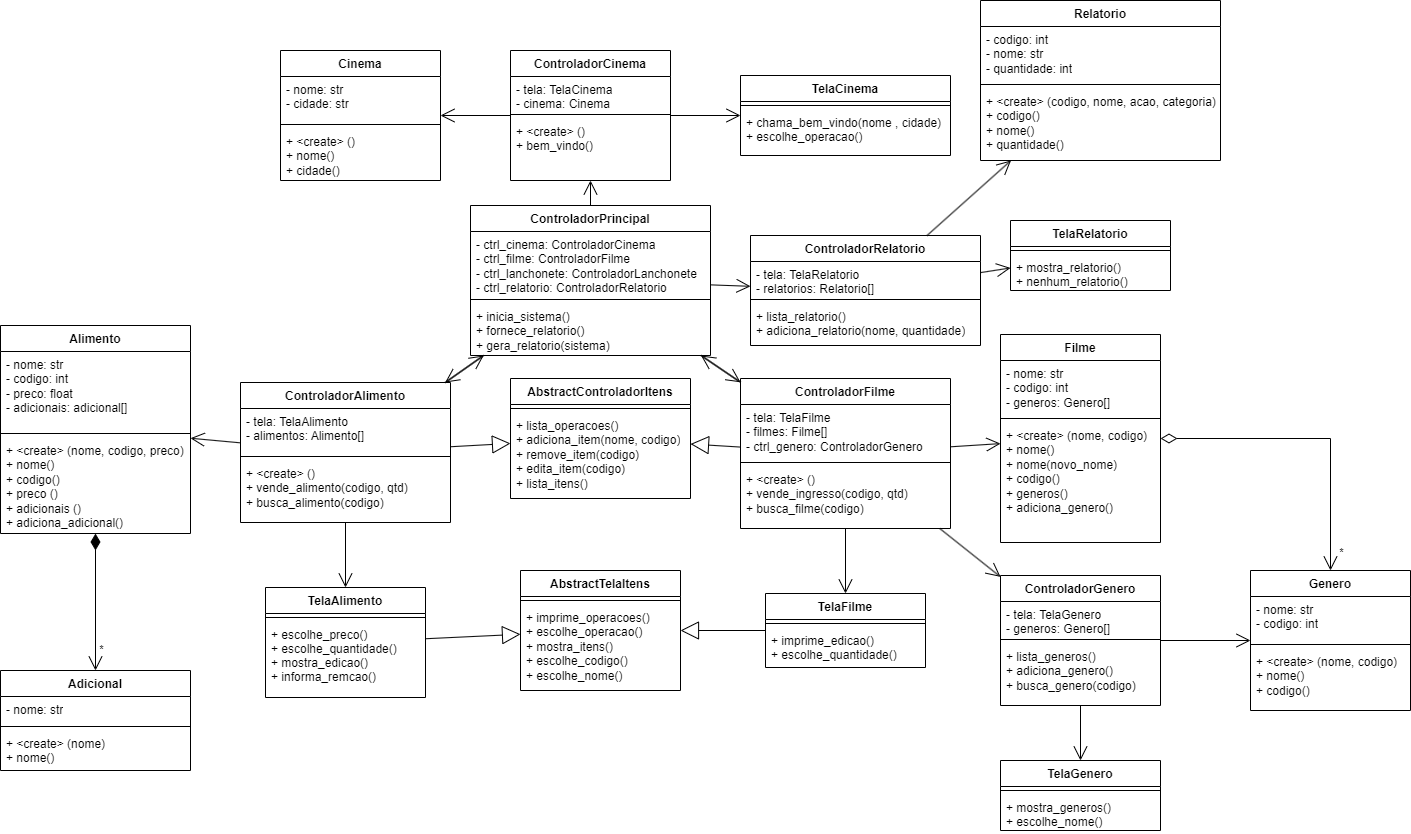
The draw.io diagram ModelagemCinema.png in Gustavo-kohler/TrabalhoDSO, before a commit. Source tidied: cells renumbered, new cells last; positions are measured from the earlier drawing's top-left corner, leaving out a move shared by most shapes.
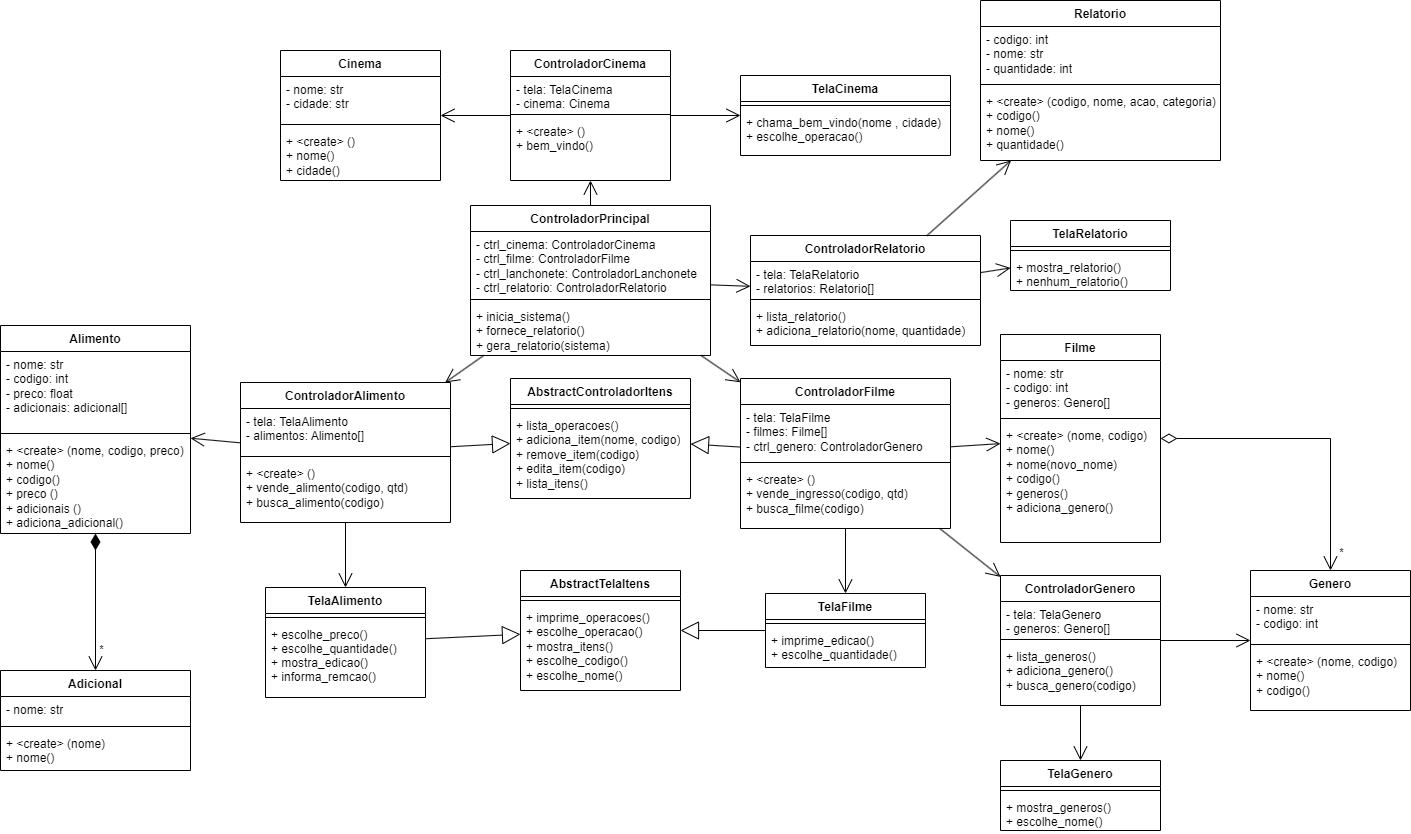
The same diagram one commit later.

Commit message:
atualizado modelagem

The edit, as a diff of the source:
```diff
@@ -273,12 +273,6 @@
     <mxCell id="90" style="endArrow=open;endFill=1;endSize=12;html=1;rounded=0;" parent="1" edge="1" source="77" target="85">
       <mxGeometry relative="1" as="geometry" />
     </mxCell>
-    <mxCell id="91" style="endArrow=open;endFill=1;endSize=12;html=1;rounded=0;" parent="1" edge="1" source="32" target="13">
-      <mxGeometry relative="1" as="geometry" />
-    </mxCell>
-    <mxCell id="92" style="endArrow=open;endFill=1;endSize=12;html=1;rounded=0;" parent="1" edge="1" source="17" target="13">
-      <mxGeometry relative="1" as="geometry" />
-    </mxCell>
     <mxCell id="93" value="TelaAlimento" style="swimlane;fontStyle=1;align=center;verticalAlign=top;horizontal=1;startSize=26;" parent="1" vertex="1">
       <mxGeometry x="265" y="587" width="160" height="110" as="geometry" />
     </mxCell>
```
